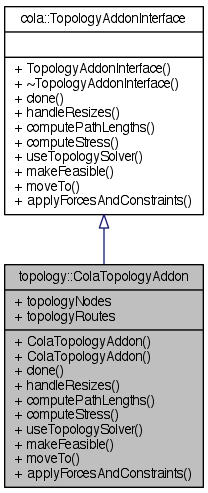
This is documentation/classtopology_1_1ColaTopologyAddon__coll__graph.png from mjwybrow/adaptagrams, a Graphviz export, as it was before one commit. Its source is kept beside it as documentation/classtopology_1_1ColaTopologyAddon__coll__graph.dot.
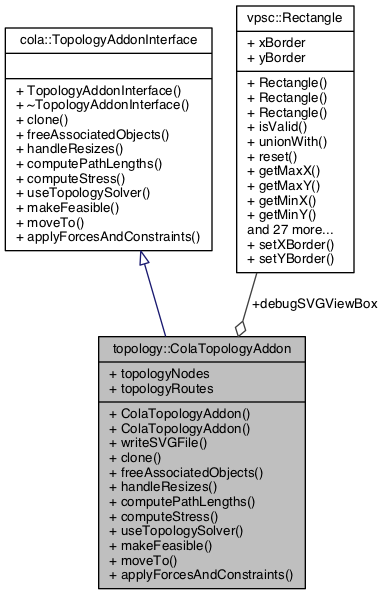
After the commit.

Diff of the diagram source:
```diff
@@ -2,7 +2,9 @@
 {
   edge [fontname="Helvetica",fontsize="10",labelfontname="Helvetica",labelfontsize="10"];
   node [fontname="Helvetica",fontsize="10",shape=record];
-  Node1 [label="{topology::ColaTopologyAddon\n|+ topologyNodes\l+ topologyRoutes\l|+ ColaTopologyAddon()\l+ ColaTopologyAddon()\l+ clone()\l+ handleResizes()\l+ computePathLengths()\l+ computeStress()\l+ useTopologySolver()\l+ makeFeasible()\l+ moveTo()\l+ applyForcesAndConstraints()\l}",height=0.2,width=0.4,color="black", fillcolor="grey75", style="filled" fontcolor="black"];
+  Node1 [label="{topology::ColaTopologyAddon\n|+ topologyNodes\l+ topologyRoutes\l|+ ColaTopologyAddon()\l+ ColaTopologyAddon()\l+ writeSVGFile()\l+ clone()\l+ freeAssociatedObjects()\l+ handleResizes()\l+ computePathLengths()\l+ computeStress()\l+ useTopologySolver()\l+ makeFeasible()\l+ moveTo()\l+ applyForcesAndConstraints()\l}",height=0.2,width=0.4,color="black", fillcolor="grey75", style="filled", fontcolor="black"];
   Node2 -> Node1 [dir="back",color="midnightblue",fontsize="10",style="solid",arrowtail="onormal",fontname="Helvetica"];
-  Node2 [label="{cola::TopologyAddonInterface\n||+ TopologyAddonInterface()\l+ ~TopologyAddonInterface()\l+ clone()\l+ handleResizes()\l+ computePathLengths()\l+ computeStress()\l+ useTopologySolver()\l+ makeFeasible()\l+ moveTo()\l+ applyForcesAndConstraints()\l}",height=0.2,width=0.4,color="black", fillcolor="white", style="filled",URL="$classcola_1_1TopologyAddonInterface.html",tooltip="Interface for writing COLA addons to handle topology preserving layout."];
+  Node2 [label="{cola::TopologyAddonInterface\n||+ TopologyAddonInterface()\l+ ~TopologyAddonInterface()\l+ clone()\l+ freeAssociatedObjects()\l+ handleResizes()\l+ computePathLengths()\l+ computeStress()\l+ useTopologySolver()\l+ makeFeasible()\l+ moveTo()\l+ applyForcesAndConstraints()\l}",height=0.2,width=0.4,color="black", fillcolor="white", style="filled",URL="$classcola_1_1TopologyAddonInterface.html",tooltip="Interface for writing COLA addons to handle topology preserving layout. "];
+  Node3 -> Node1 [color="grey25",fontsize="10",style="solid",label=" +debugSVGViewBox" ,arrowhead="odiamond",fontname="Helvetica"];
+  Node3 [label="{vpsc::Rectangle\n|+ xBorder\l+ yBorder\l|+ Rectangle()\l+ Rectangle()\l+ Rectangle()\l+ isValid()\l+ unionWith()\l+ reset()\l+ getMaxX()\l+ getMaxY()\l+ getMinX()\l+ getMinY()\land 27 more...\l+ setXBorder()\l+ setYBorder()\l}",height=0.2,width=0.4,color="black", fillcolor="white", style="filled",URL="$classvpsc_1_1Rectangle.html",tooltip="A rectangle represents a fixed-size shape in the diagram that may be moved to prevent overlaps and sa..."];
 }
```
